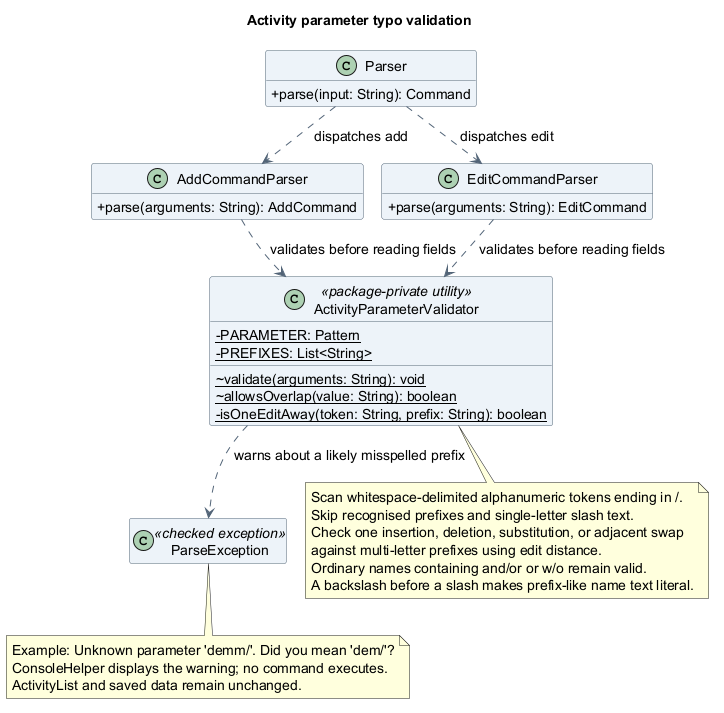
AY2627S1-CS2113-T10-4/tp keeps this PlantUML diagram as docs/images/atharva/class/ActivityParameterValidatorClassDiagram.png. Above is the earlier version.
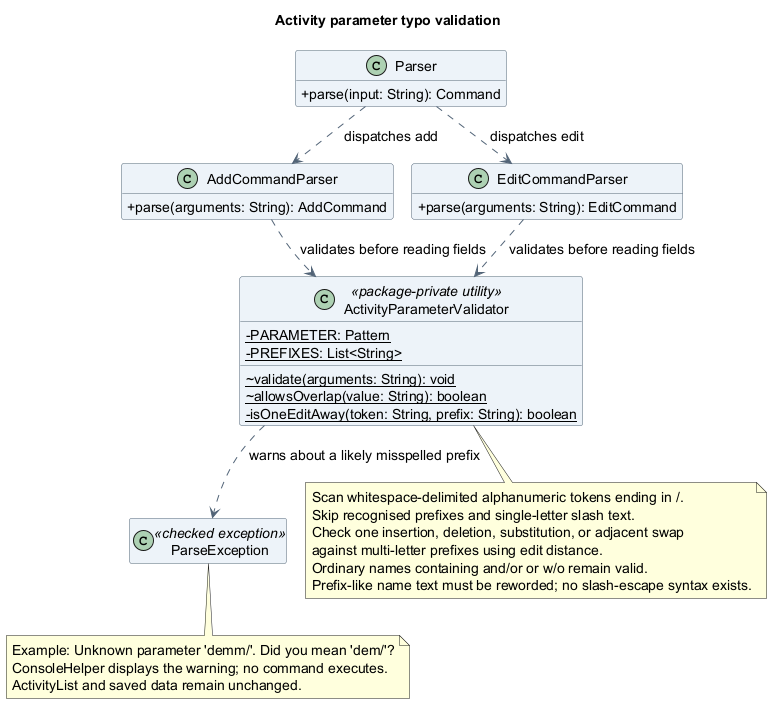
After the commit.

Change to the diagram source:
```diff
@@ -41,7 +41,7 @@
   Check one insertion, deletion, substitution, or adjacent swap
   against multi-letter prefixes using edit distance.
   Ordinary names containing and/or or w/o remain valid.
-  A backslash before a slash makes prefix-like name text literal.
+  Prefix-like name text must be reworded; no slash-escape syntax exists.
 end note
 note bottom of ParseException
   Example: Unknown parameter 'demm/'. Did you mean 'dem/'?
```
